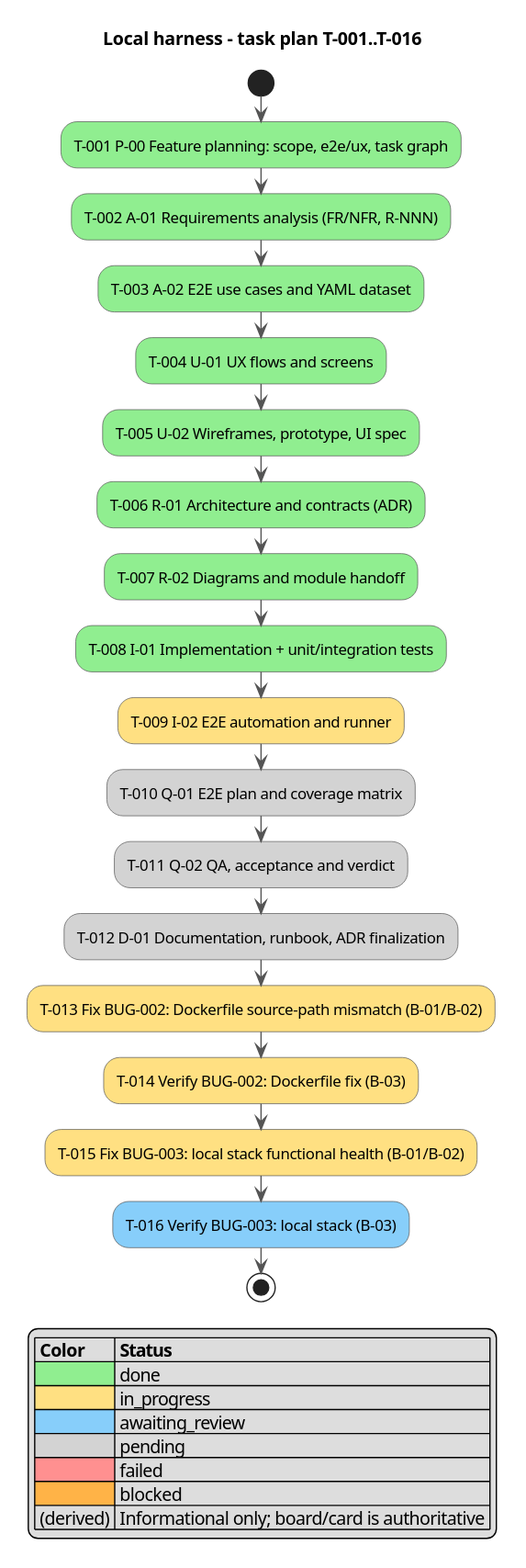
Before: docs/activity.svg, a diagram exported from PlantUML (serge-sasov/ai-task-tracker).
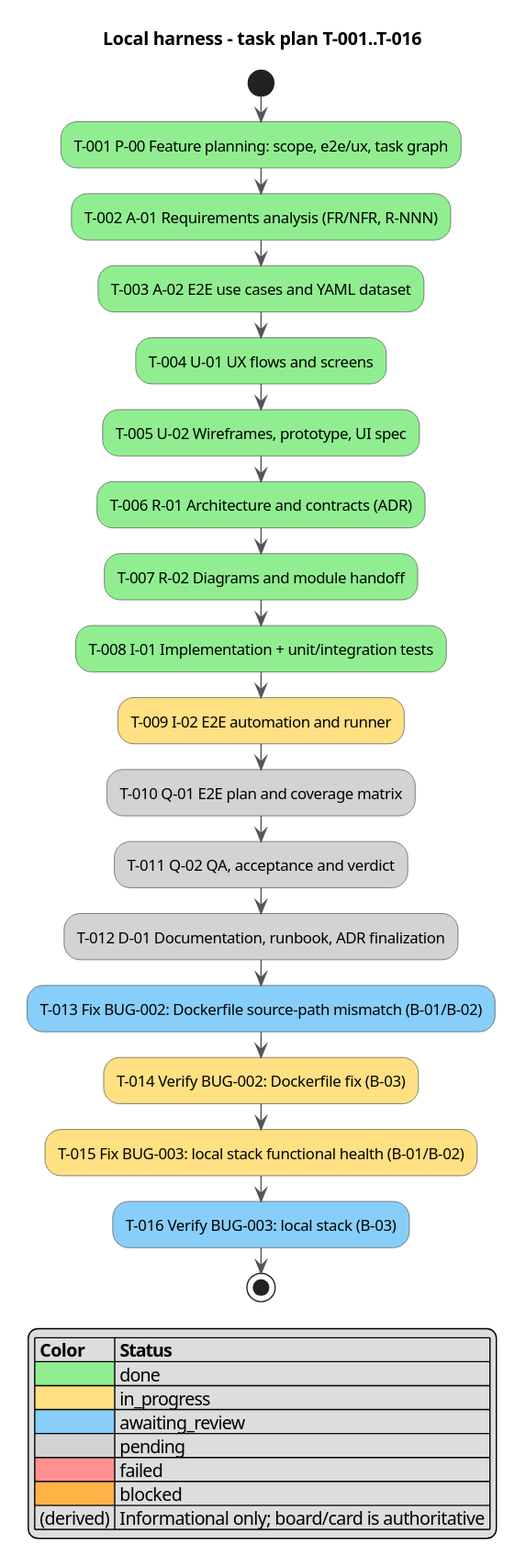
Later version of the same file.

The edit, as a diff of the source:
```diff
@@ -18,7 +18,7 @@
 :T-010 Q-01 E2E plan and coverage matrix; <<#D3D3D3>>
 :T-011 Q-02 QA, acceptance and verdict; <<#D3D3D3>>
 :T-012 D-01 Documentation, runbook, ADR finalization; <<#D3D3D3>>
-:T-013 Fix BUG-002: Dockerfile source-path mismatch (B-01/B-02); <<#FFE082>>
+:T-013 Fix BUG-002: Dockerfile source-path mismatch (B-01/B-02); <<#87CEFA>>
 :T-014 Verify BUG-002: Dockerfile fix (B-03); <<#FFE082>>
 :T-015 Fix BUG-003: local stack functional health (B-01/B-02); <<#FFE082>>
 :T-016 Verify BUG-003: local stack (B-03); <<#87CEFA>>
```
